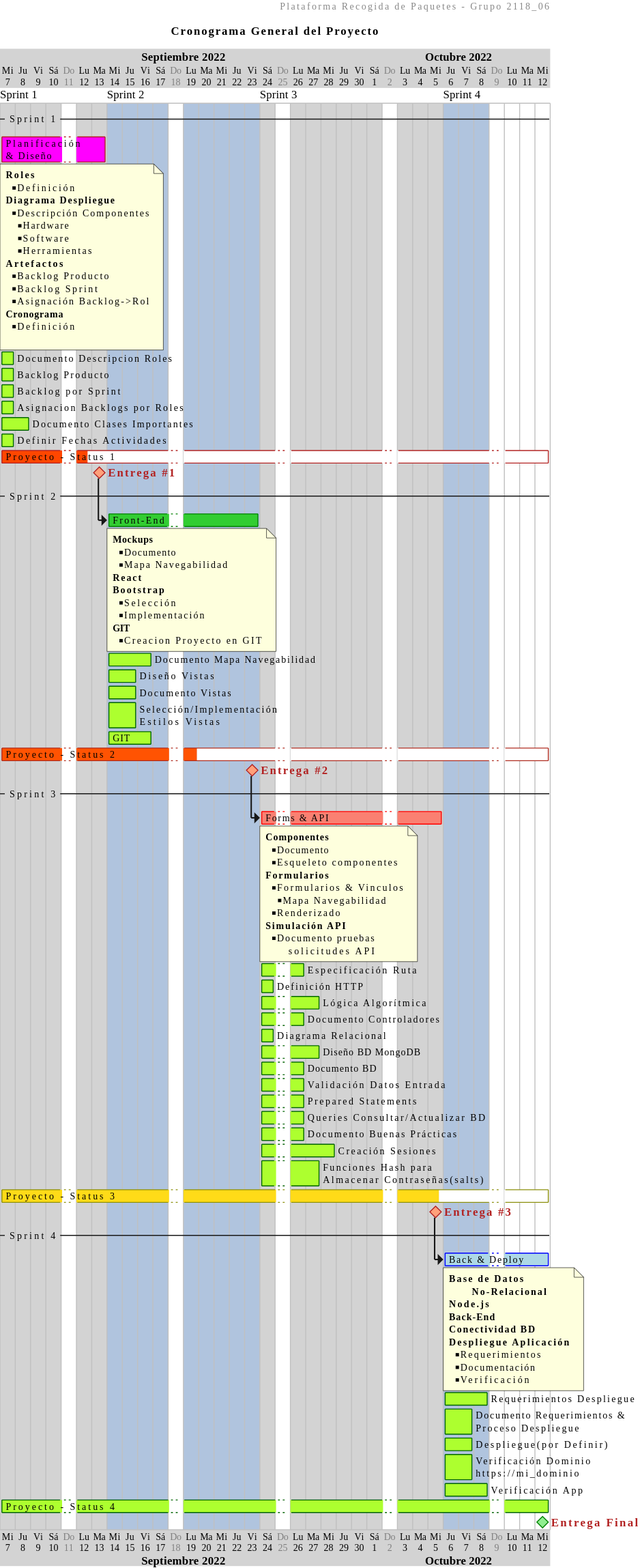
Earlier version of the PlantUML export assets-documento/cronograma-tareas.svg (proyectoCiclo4MinTic/instaYa).
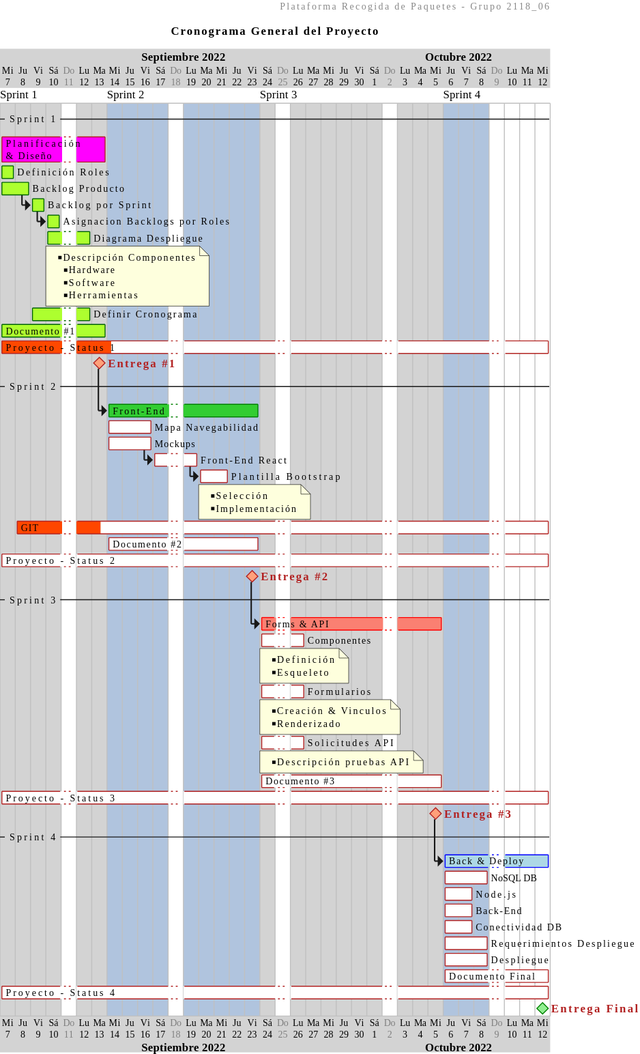
Later version of the same file.

Commit message:
commit correcciones README.md & .pdf, cronograma y diagrama de despliegue a 'angel'

Change to the diagram source:
```diff
@@ -85,32 +85,23 @@
 
 --Sprint 1--
 [Planificación\n& Diseño] starts 2022-09-07 and ends 2022-09-13
+
+[Definición Roles] starts 2022-09-07 and lasts 1 days
+[Backlog Producto] starts 2022-09-07 and lasts 2 days
+then [Backlog por Sprint] lasts 1 days
+then [Asignacion Backlogs por Roles] lasts 1 days
+[Diagrama Despliegue] starts 2022-09-10 and lasts 2 days
 note bottom
-<b>Roles</b>
-** Definición
-<b>Diagrama Despliegue</b>
 ** Descripción Componentes
 *** Hardware
 *** Software
 *** Herramientas
-<b>Artefactos</b>
-** Backlog Producto
-** Backlog Sprint
-** Asignación Backlog->Rol
-<b>Cronograma</b>
-** Definición
-
 end note
-
-[Documento Descripcion Roles] starts 2022-09-07 and lasts 1 days
-[Backlog Producto] starts 2022-09-07 and lasts 1 days
-[Backlog por Sprint] Starts 2022-09-07 and lasts 1 days
-[Asignacion Backlogs por Roles] starts 2022-09-07 and lasts 1 days
-[Documento Clases Importantes] starts 2022-09-07 and lasts 2 days
-[Definir Fechas Actividades] starts 2022-09-07 and lasts 1 days
+[Definir Cronograma] starts 2022-09-09 and lasts 3 days
+[Documento #1] starts 2022-09-07 and ends 2022-09-13
 
 [Proyecto - Status 1] starts 2022-09-07 and ends 2022-10-12
-[Proyecto - Status 1] is 15% completed
+[Proyecto - Status 1] is 20% completed
 
 [Entrega #1] happens 2022-09-13
 
@@ -118,83 +109,56 @@
 then [Front-End] starts 2022-09-14 and ends 2022-09-23
 
 
+[Mapa Navegabilidad] starts 2022-09-14 and lasts 3 days and is 0% completed
+[Mockups] starts 2022-09-14 and lasts 3 days and is 0% completed
+then [Front-End React] starts 2022-09-14 and lasts 2 days and is 0% completed
+then [Plantilla Bootstrap] starts 2022-09-14 and lasts 2 days and is 0% completed
 note bottom
-<b>Mockups</b>
-** Documento
-** Mapa Navegabilidad
-<b>React</b>
-<b>Bootstrap</b>
 ** Selección
 ** Implementación
-<b>GIT</b>
-** Creacion Proyecto en GIT
 end note
-[Documento Mapa Navegabilidad] starts 2022-09-14 and lasts 3 days
-[Diseño Vistas] starts 2022-09-14 and lasts 2 days
-[Documento Vistas] starts 2022-09-14 and lasts 2 days
-[Selección/Implementación\nEstilos Vistas] starts 2022-09-14 and lasts 2 days
-[GIT] starts 2022-09-14 and lasts 3 days
 
-[Proyecto - Status 2] starts 2022-09-07 and ends 2022-10-12
-[Proyecto - Status 2] is 35% completed
+[GIT] starts 2022-09-08 and ends 2022-10-12 and is 15% completed
+[Documento #2] starts 2022-09-14 and ends 2022-09-23 and is 0% completed
+
+[Proyecto - Status 2] starts 2022-09-07 and ends 2022-10-12 and is 0% completed
 
 [Entrega #2] happens 2022-09-23
 
 --Sprint 3--
 then [Forms & API] Starts 2022-09-24 and ends 2022-10-05
+[Componentes] starts 2022-09-24 and lasts 2 days and is 0% completed
 note bottom
-<b>Componentes</b>
-** Documento
-** Esqueleto componentes
-<b>Formularios</b>
-** Formularios & Vinculos
-*** Mapa Navegabilidad
+** Definición
+** Esqueleto
+end note
+[Formularios] starts 2022-09-24 and lasts 2 days and is 0% completed
+note bottom
+** Creación & Vinculos
 ** Renderizado
-<b>Simulación API</b>
-** Documento pruebas
-    solicitudes API
 end note
-[Especificación Ruta] starts 2022-09-24 and lasts 2 days
-[Definición HTTP] starts 2022-09-24 and lasts 1 days
-[Lógica Algorítmica] starts 2022-09-24 and lasts 3 days
-[Documento Controladores] starts 2022-09-24 and lasts 2 days
-[Diagrama Relacional] starts 2022-09-24 and lasts 1 days
-[Diseño BD MongoDB] starts 2022-09-24 and lasts 3 days
-[Documento BD] starts 2022-09-24 and lasts 2 days
-[Validación Datos Entrada] starts 2022-09-24 and lasts 2 days
-[Prepared Statements] starts 2022-09-24 and lasts 2 days
-[Queries Consultar/Actualizar BD] starts 2022-09-24 and lasts 2 days
-[Documento Buenas Prácticas] starts 2022-09-24 and lasts 2 days
-[Creación Sesiones] starts 2022-09-24 and lasts 4 days
-[Funciones Hash para\nAlmacenar Contraseñas(salts)] starts 2022-09-24 and lasts 3 days
+[Solicitudes API] starts 2022-09-24 and lasts 2 days and is 0% completed
+note bottom
+** Descripción pruebas API
+end note
+[Documento #3] starts 2022-09-24 and ends 2022-10-05 and is 0% completed
 
-[Proyecto - Status 3] starts 2022-09-07 and ends 2022-10-12
-[Proyecto - Status 3] is 80% completed
+[Proyecto - Status 3] starts 2022-09-07 and ends 2022-10-12 and is 0% completed
 
 [Entrega #3] happens 2022-10-05
 
 --Sprint 4--
 then [Back & Deploy] Starts 2022-10-06 and ends 2022-10-12
-note bottom
-<b>Base de Datos</b>
-    <b>No-Relacional</b>
-<b>Node.js</b>
-<b>Back-End</b>
-<b>Conectividad BD</b>
-<b>Despliegue Aplicación</b>
-** Requerimientos
-** Documentación
-** Verificación
-end note
 
-[Requerimientos Despliegue] starts 2022-10-06 and lasts 3 days
-[Documento Requerimientos &\nProceso Despliegue] starts 2022-10-06 and lasts 2 days
-[Despliegue(por Definir)] starts 2022-10-06 and lasts 2 days
-[Verificación Dominio\nhttps://mi_dominio] starts 2022-10-06 and lasts 2 days
-[Verificación App] starts 2022-10-06 and lasts 3 days
+[NoSQL DB] starts 2022-10-06 and lasts 3 days and is 0% completed
+[Node.js] starts 2022-10-06 and lasts 2 days and is 0% completed
+[Back-End] starts 2022-10-06 and lasts 2 days and is 0% completed
+[Conectividad DB] starts 2022-10-06 and lasts 2 days and is 0% completed
+[Requerimientos Despliegue] starts 2022-10-06 and lasts 3 days and is 0% completed
+[Despliegue] starts 2022-10-06 and lasts 3 days and is 0% completed
+[Documento Final] starts 2022-10-06 and ends 2022-10-12 and is 0% completed
 
-[Proyecto - Status 4] starts 2022-09-07 and ends 2022-10-12
-[Proyecto - Status 4] is 100% completed
+[Proyecto - Status 4] starts 2022-09-07 and ends 2022-10-12 and is 0% completed
 
 [Entrega Final] happens at [Back & Deploy]'s end
 
```
